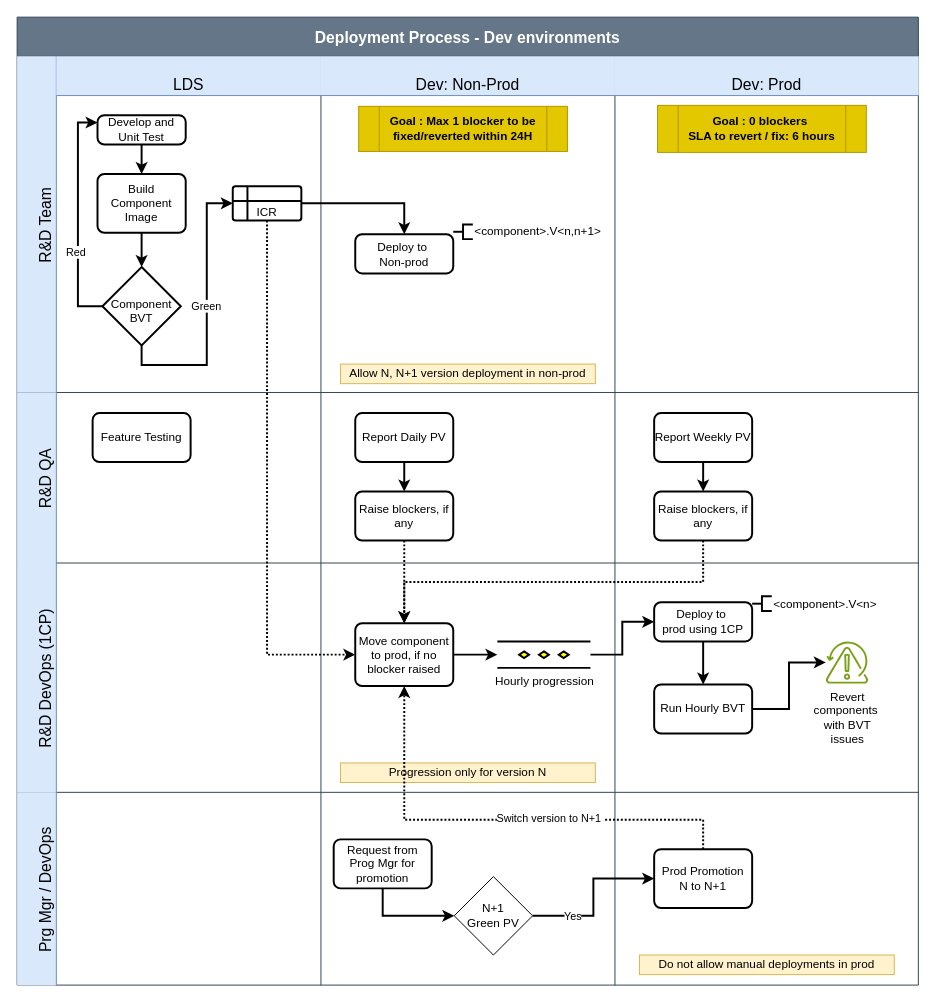
The draw.io diagram ReleaseProcess1.drawio in prasad-gsk-IBM/myibmrepo-prasad, before the edit. Source tidied: cells renumbered, new cells numbered last; positions are measured from the earlier drawing's top-left corner, leaving out a move shared by most shapes. Both pictures are drawn from the tidied source at 98%, with x=0, y=0 at pixel (17, 17).
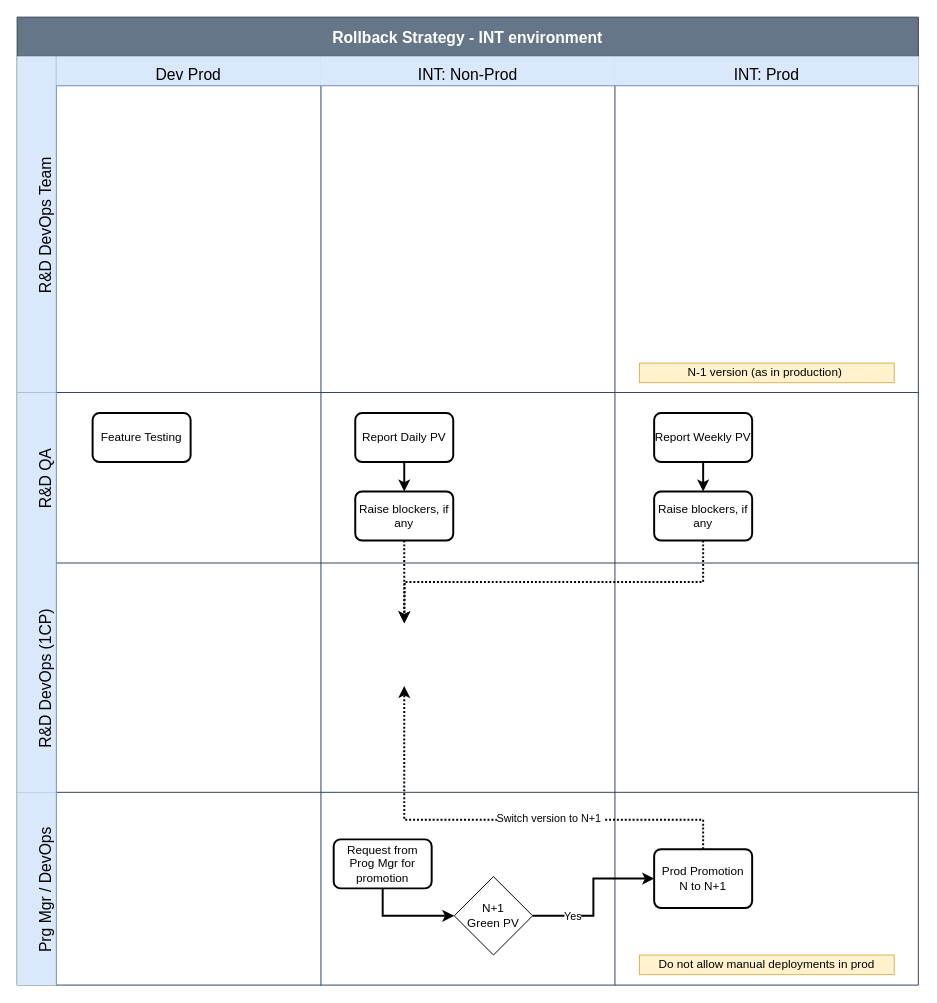
After the change.

Unchanged cells that the change refers to:
```xml
<mxCell id="29" value="Raise blockers, if any" style="rounded=1;whiteSpace=wrap;html=1;absoluteArcSize=1;arcSize=14;strokeWidth=2;" parent="26" vertex="1">
  <mxGeometry x="35" y="101" width="100" height="50" as="geometry" />
</mxCell>
<mxCell id="33" value="Raise blockers, if any" style="rounded=1;whiteSpace=wrap;html=1;absoluteArcSize=1;arcSize=14;strokeWidth=2;" parent="30" vertex="1">
  <mxGeometry x="40" y="101" width="100" height="50" as="geometry" />
</mxCell>
<mxCell id="34" value="R&amp;D DevOps (1CP)" style="shape=tableRow;horizontal=0;swimlaneHead=0;swimlaneBody=0;top=0;left=0;strokeColor=#6c8ebf;bottom=0;right=0;fontStyle=0;fillColor=#dae8fc;startSize=40;fontSize=16;flipV=0;flipH=0;verticalAlign=bottom;" parent="2" vertex="1">
  <mxGeometry y="557" width="919.6" height="234" as="geometry" />
</mxCell>
<mxCell id="36" style="swimlane;swimlaneHead=0;swimlaneBody=0;fontStyle=0;strokeColor=#6c8ebf;fillColor=#dae8fc;startSize=0;fontSize=16;verticalAlign=bottom;" parent="34" vertex="1">
  <mxGeometry x="310" width="300" height="234" as="geometry" />
</mxCell>
<mxCell id="41" style="swimlane;swimlaneHead=0;swimlaneBody=0;fontStyle=0;strokeColor=#6c8ebf;fillColor=#dae8fc;startSize=0;fontSize=16;verticalAlign=bottom;" parent="34" vertex="1">
  <mxGeometry x="610" width="310" height="234" as="geometry" />
</mxCell>
<mxCell id="57" value="Prod Promotion&lt;div&gt;N to N+1&lt;/div&gt;" style="rounded=1;whiteSpace=wrap;html=1;absoluteArcSize=1;arcSize=14;strokeWidth=2;" parent="56" vertex="1">
  <mxGeometry x="40" y="58" width="100" height="60" as="geometry" />
</mxCell>
```

Change to the diagram source:
```diff
@@
-    <mxCell id="2" value="Deployment Process - Dev environments" style="shape=table;childLayout=tableLayout;startSize=40;fontSize=16;fontStyle=1;fillColor=#647687;fontColor=#ffffff;strokeColor=#314354;" parent="1" vertex="1">
+    <mxCell id="2" value="Rollback Strategy - INT environment" style="shape=table;childLayout=tableLayout;startSize=40;fontSize=16;fontStyle=1;fillColor=#647687;fontColor=#ffffff;strokeColor=#314354;" parent="1" vertex="1">
       <mxGeometry width="919.6" height="987.7" as="geometry" />
     </mxCell>
-    <mxCell id="3" value="R&amp;D Team" style="shape=tableRow;horizontal=0;swimlaneHead=0;swimlaneBody=0;top=0;left=0;strokeColor=#6c8ebf;bottom=0;right=0;fontStyle=0;fillColor=#dae8fc;startSize=40;fontSize=16;flipV=0;flipH=0;verticalAlign=bottom;" parent="2" vertex="1">
+    <mxCell id="3" value="R&amp;D DevOps Team" style="shape=tableRow;horizontal=0;swimlaneHead=0;swimlaneBody=0;top=0;left=0;strokeColor=#6c8ebf;bottom=0;right=0;fontStyle=0;fillColor=#dae8fc;startSize=40;fontSize=16;flipV=0;flipH=0;verticalAlign=bottom;" parent="2" vertex="1">
       <mxGeometry y="40" width="919.6" height="343" as="geometry" />
     </mxCell>
-    <mxCell id="4" value="LDS" style="swimlane;swimlaneHead=0;swimlaneBody=0;fontStyle=0;strokeColor=#6c8ebf;fillColor=#dae8fc;startSize=40;fontSize=16;verticalAlign=bottom;" parent="3" vertex="1">
+    <mxCell id="4" value="Dev Prod" style="swimlane;swimlaneHead=0;swimlaneBody=0;fontStyle=0;strokeColor=#6c8ebf;fillColor=#dae8fc;startSize=30;fontSize=16;verticalAlign=bottom;" parent="3" vertex="1">
       <mxGeometry x="40" width="270" height="343" as="geometry" />
     </mxCell>
-    <mxCell id="5" style="edgeStyle=orthogonalEdgeStyle;rounded=0;jettySize=auto;html=1;exitX=0.5;exitY=1;exitDx=0;exitDy=0;entryX=0.5;entryY=0;entryDx=0;entryDy=0;strokeWidth=2;" parent="4" edge="1" source="6" target="10">
-      <mxGeometry relative="1" as="geometry" />
-    </mxCell>
-    <mxCell id="6" value="Develop and Unit Test" style="rounded=1;whiteSpace=wrap;html=1;absoluteArcSize=1;arcSize=14;strokeWidth=2;" parent="4" vertex="1">
-      <mxGeometry x="42" y="60" width="90" height="30" as="geometry" />
-    </mxCell>
-    <mxCell id="7" style="edgeStyle=orthogonalEdgeStyle;rounded=0;jettySize=auto;html=1;exitX=0.5;exitY=1;exitDx=0;exitDy=0;entryX=0;entryY=0.5;entryDx=0;entryDy=0;strokeWidth=2;" parent="4" edge="1" source="14" target="11">
-      <mxGeometry relative="1" as="geometry" />
-    </mxCell>
-    <mxCell id="8" value="Green" style="edgeLabel;html=1;align=center;verticalAlign=middle;" parent="7" vertex="1">
-      <mxGeometry x="0.06" y="1" relative="1" as="geometry" />
-    </mxCell>
-    <mxCell id="9" style="edgeStyle=orthogonalEdgeStyle;rounded=0;jettySize=auto;html=1;exitX=0.5;exitY=1;exitDx=0;exitDy=0;entryX=0.5;entryY=0;entryDx=0;entryDy=0;strokeWidth=2;" parent="4" edge="1" source="10" target="14">
-      <mxGeometry relative="1" as="geometry" />
-    </mxCell>
-    <mxCell id="10" value="Build Component Image" style="rounded=1;whiteSpace=wrap;html=1;absoluteArcSize=1;arcSize=14;strokeWidth=2;" parent="4" vertex="1">
-      <mxGeometry x="42" y="120" width="90" height="60" as="geometry" />
-    </mxCell>
-    <mxCell id="11" value="ICR" style="shape=internalStorage;whiteSpace=wrap;html=1;dx=15;dy=15;rounded=1;arcSize=8;strokeWidth=2;verticalAlign=bottom;" parent="4" vertex="1">
-      <mxGeometry x="180" y="132.5" width="70" height="35" as="geometry" />
-    </mxCell>
-    <mxCell id="12" style="edgeStyle=orthogonalEdgeStyle;rounded=0;jettySize=auto;html=1;exitX=0;exitY=0.5;exitDx=0;exitDy=0;entryX=0;entryY=0.25;entryDx=0;entryDy=0;strokeWidth=2;" parent="4" edge="1" source="14" target="6">
-      <mxGeometry relative="1" as="geometry" />
-    </mxCell>
-    <mxCell id="13" value="Red" style="edgeLabel;html=1;align=center;verticalAlign=middle;" parent="12" vertex="1">
-      <mxGeometry x="-0.3" y="3" relative="1" as="geometry" />
-    </mxCell>
-    <mxCell id="14" value="Component BVT" style="rhombus;whiteSpace=wrap;html=1;strokeWidth=2;spacingBottom=0;spacingTop=10;" parent="4" vertex="1">
-      <mxGeometry x="47" y="215" width="80" height="80" as="geometry" />
-    </mxCell>
-    <mxCell id="15" value="Dev: Non-Prod" style="swimlane;swimlaneHead=0;swimlaneBody=0;fontStyle=0;strokeColor=#6c8ebf;fillColor=#dae8fc;startSize=40;fontSize=16;verticalAlign=bottom;" parent="3" vertex="1">
+    <mxCell id="15" value="INT: Non-Prod" style="swimlane;swimlaneHead=0;swimlaneBody=0;fontStyle=0;strokeColor=#6c8ebf;fillColor=#dae8fc;startSize=30;fontSize=16;verticalAlign=bottom;" parent="3" vertex="1">
       <mxGeometry x="310" width="300" height="343" as="geometry" />
     </mxCell>
-    <mxCell id="16" value="Deploy to&amp;nbsp;&lt;div&gt;Non-prod&lt;/div&gt;" style="rounded=1;whiteSpace=wrap;html=1;absoluteArcSize=1;arcSize=14;strokeWidth=2;" parent="15" vertex="1">
-      <mxGeometry x="35" y="181.5" width="100" height="40" as="geometry" />
-    </mxCell>
-    <mxCell id="17" value="&amp;lt;component&amp;gt;.V&amp;lt;n,n+1&amp;gt;" style="strokeWidth=2;html=1;shape=mxgraph.flowchart.annotation_2;align=left;labelPosition=right;" parent="15" vertex="1">
-      <mxGeometry x="135" y="171.5" width="20" height="15" as="geometry" />
-    </mxCell>
-    <mxCell id="18" value="Allow N, N+1 version deployment in non-prod" style="html=1;whiteSpace=wrap;fillColor=#fff2cc;strokeColor=#d6b656;" parent="15" vertex="1">
-      <mxGeometry x="20" y="314" width="260" height="20" as="geometry" />
-    </mxCell>
-    <mxCell id="19" value="Goal : Max 1 blocker to be fixed/reverted within&amp;nbsp;&lt;span style=&quot;background-color: transparent; color: light-dark(rgb(0, 0, 0), rgb(237, 237, 237));&quot;&gt;24H&lt;/span&gt;" style="shape=process;whiteSpace=wrap;html=1;backgroundOutline=1;fillColor=#e3c800;strokeColor=#B09500;fontColor=#000000;fontStyle=1;" parent="15" vertex="1">
-      <mxGeometry x="38.5" y="51" width="213" height="46" as="geometry" />
-    </mxCell>
-    <mxCell id="20" value="Dev: Prod" style="swimlane;swimlaneHead=0;swimlaneBody=0;fontStyle=0;strokeColor=#6c8ebf;fillColor=#dae8fc;startSize=40;fontSize=16;verticalAlign=bottom;" parent="3" vertex="1">
+    <mxCell id="20" value="INT: Prod" style="swimlane;swimlaneHead=0;swimlaneBody=0;fontStyle=0;strokeColor=#6c8ebf;fillColor=#dae8fc;startSize=30;fontSize=16;verticalAlign=bottom;" parent="3" vertex="1">
       <mxGeometry x="610" width="310" height="343" as="geometry" />
     </mxCell>
-    <mxCell id="21" value="Goal : 0 blockers&amp;nbsp;&lt;div&gt;SLA to revert / fix: 6 hours&lt;/div&gt;" style="shape=process;whiteSpace=wrap;html=1;backgroundOutline=1;fillColor=#e3c800;strokeColor=#B09500;fontColor=#000000;fontStyle=1;" parent="20" vertex="1">
-      <mxGeometry x="43.5" y="50" width="213" height="48" as="geometry" />
-    </mxCell>
-    <mxCell id="22" style="edgeStyle=orthogonalEdgeStyle;rounded=0;jettySize=auto;html=1;exitX=1;exitY=0.5;exitDx=0;exitDy=0;entryX=0.5;entryY=0;entryDx=0;entryDy=0;strokeWidth=2;" parent="3" edge="1" source="11" target="16">
-      <mxGeometry relative="1" as="geometry" />
-    </mxCell>
+    <mxCell id="66" value="N-1 version (as in production)&amp;nbsp;" style="html=1;whiteSpace=wrap;fillColor=#fff2cc;strokeColor=#d6b656;" parent="20" vertex="1">
+      <mxGeometry x="25" y="313" width="260" height="20" as="geometry" />
+    </mxCell>
@@
-    <mxCell id="37" value="Move component to prod, if no blocker raised" style="rounded=1;whiteSpace=wrap;html=1;absoluteArcSize=1;arcSize=14;strokeWidth=2;" parent="36" vertex="1">
-      <mxGeometry x="35" y="61.5" width="100" height="64" as="geometry" />
-    </mxCell>
-    <mxCell id="38" style="edgeStyle=orthogonalEdgeStyle;rounded=0;jettySize=auto;html=1;exitX=1;exitY=0.5;exitDx=0;exitDy=0;entryX=0;entryY=0.5;entryDx=0;entryDy=0;strokeWidth=2;" parent="36" edge="1" source="37" target="39">
-      <mxGeometry relative="1" as="geometry" />
-    </mxCell>
-    <mxCell id="39" value="Hourly progression" style="verticalLabelPosition=bottom;verticalAlign=top;html=1;shape=mxgraph.flowchart.parallel_mode;strokeWidth=2;" parent="36" vertex="1">
-      <mxGeometry x="180" y="80" width="95" height="27" as="geometry" />
-    </mxCell>
-    <mxCell id="40" value="Progression only for version N" style="html=1;whiteSpace=wrap;fillColor=#fff2cc;strokeColor=#d6b656;" parent="36" vertex="1">
-      <mxGeometry x="20" y="204" width="260" height="20" as="geometry" />
-    </mxCell>
@@
-    <mxCell id="42" style="edgeStyle=none;rounded=0;jettySize=auto;html=1;exitX=0.5;exitY=1;exitDx=0;exitDy=0;entryX=0.5;entryY=0;entryDx=0;entryDy=0;strokeWidth=2;" parent="41" edge="1" source="43" target="45">
-      <mxGeometry relative="1" as="geometry" />
-    </mxCell>
-    <mxCell id="43" value="Deploy to&amp;nbsp;&lt;div&gt;prod using 1CP&lt;/div&gt;" style="rounded=1;whiteSpace=wrap;html=1;absoluteArcSize=1;arcSize=14;strokeWidth=2;" parent="41" vertex="1">
-      <mxGeometry x="40" y="40" width="100" height="40" as="geometry" />
-    </mxCell>
-    <mxCell id="44" value="&amp;lt;component&amp;gt;.V&amp;lt;n&amp;gt;" style="strokeWidth=2;html=1;shape=mxgraph.flowchart.annotation_2;align=left;labelPosition=right;" parent="41" vertex="1">
-      <mxGeometry x="140" y="34" width="20" height="15" as="geometry" />
-    </mxCell>
-    <mxCell id="45" value="Run Hourly BVT" style="rounded=1;whiteSpace=wrap;html=1;absoluteArcSize=1;arcSize=14;strokeWidth=2;" parent="41" vertex="1">
-      <mxGeometry x="40" y="124" width="100" height="50" as="geometry" />
-    </mxCell>
-    <mxCell id="46" style="edgeStyle=none;rounded=0;orthogonalLoop=1;jettySize=auto;html=1;exitX=1;exitY=0.5;exitDx=0;exitDy=0;exitPerimeter=0;" parent="41" edge="1" source="44" target="44">
-      <mxGeometry relative="1" as="geometry" />
-    </mxCell>
-    <mxCell id="47" style="edgeStyle=orthogonalEdgeStyle;rounded=0;jettySize=auto;html=1;entryX=1;entryY=0.5;entryDx=0;entryDy=0;strokeWidth=2;startArrow=classic;startFill=1;endArrow=none;" parent="41" edge="1" source="48" target="45">
-      <mxGeometry relative="1" as="geometry" />
-    </mxCell>
-    <mxCell id="48" value="&lt;span style=&quot;color: rgb(0, 0, 0); text-wrap-mode: wrap;&quot;&gt;Revert components&amp;nbsp;&lt;/span&gt;&lt;div&gt;&lt;span style=&quot;color: rgb(0, 0, 0); text-wrap-mode: wrap;&quot;&gt;with BVT issues&lt;/span&gt;&lt;/div&gt;" style="sketch=0;outlineConnect=0;fontColor=#232F3E;gradientColor=none;fillColor=#7AA116;strokeColor=none;dashed=0;verticalLabelPosition=bottom;verticalAlign=top;align=center;html=1;fontSize=12;fontStyle=0;shape=mxgraph.aws4.backup_recovery_point_objective;" parent="41" vertex="1">
-      <mxGeometry x="215" y="80" width="43.6" height="43" as="geometry" />
-    </mxCell>
-    <mxCell id="49" style="edgeStyle=orthogonalEdgeStyle;rounded=0;jettySize=auto;html=1;exitX=1;exitY=0.5;exitDx=0;exitDy=0;entryX=0;entryY=0.5;entryDx=0;entryDy=0;strokeWidth=2;" parent="34" edge="1" source="39" target="43">
-      <mxGeometry relative="1" as="geometry" />
-    </mxCell>
@@
-    <mxCell id="61" style="edgeStyle=orthogonalEdgeStyle;rounded=0;jettySize=auto;html=1;exitX=0.5;exitY=1;exitDx=0;exitDy=0;entryX=0;entryY=0.5;entryDx=0;entryDy=0;strokeWidth=2;dashed=1;dashPattern=1 1;" parent="2" edge="1" source="11" target="37">
-      <mxGeometry relative="1" as="geometry" />
-    </mxCell>
-    <mxCell id="62" style="edgeStyle=orthogonalEdgeStyle;rounded=0;jettySize=auto;html=1;exitX=0.5;exitY=1;exitDx=0;exitDy=0;entryX=0.5;entryY=0;entryDx=0;entryDy=0;strokeWidth=2;dashed=1;dashPattern=1 1;" parent="2" edge="1" source="29" target="37">
-      <mxGeometry relative="1" as="geometry" />
+    <mxCell id="62" style="edgeStyle=orthogonalEdgeStyle;rounded=0;jettySize=auto;html=1;exitX=0.5;exitY=1;exitDx=0;exitDy=0;entryX=0.5;entryY=0;entryDx=0;entryDy=0;strokeWidth=2;dashed=1;dashPattern=1 1;" parent="2" edge="1" source="29">
+      <mxGeometry relative="1" as="geometry">
+        <mxPoint x="395" y="618.5" as="targetPoint" />
+      </mxGeometry>
     </mxCell>
-    <mxCell id="63" style="edgeStyle=orthogonalEdgeStyle;rounded=0;jettySize=auto;html=1;strokeWidth=2;dashed=1;dashPattern=1 1;exitX=0.5;exitY=1;exitDx=0;exitDy=0;entryX=0.5;entryY=0;entryDx=0;entryDy=0;" parent="2" edge="1" source="33" target="37">
-      <mxGeometry relative="1" as="geometry" />
+    <mxCell id="63" style="edgeStyle=orthogonalEdgeStyle;rounded=0;jettySize=auto;html=1;strokeWidth=2;dashed=1;dashPattern=1 1;exitX=0.5;exitY=1;exitDx=0;exitDy=0;entryX=0.5;entryY=0;entryDx=0;entryDy=0;" parent="2" edge="1" source="33">
+      <mxGeometry relative="1" as="geometry">
+        <mxPoint x="395" y="618.5" as="targetPoint" />
+      </mxGeometry>
     </mxCell>
-    <mxCell id="64" style="edgeStyle=orthogonalEdgeStyle;rounded=0;jettySize=auto;html=1;exitX=0.5;exitY=0;exitDx=0;exitDy=0;entryX=0.5;entryY=1;entryDx=0;entryDy=0;strokeWidth=2;dashed=1;dashPattern=1 1;" parent="2" edge="1" source="57" target="37">
+    <mxCell id="64" style="edgeStyle=orthogonalEdgeStyle;rounded=0;jettySize=auto;html=1;exitX=0.5;exitY=0;exitDx=0;exitDy=0;entryX=0.5;entryY=1;entryDx=0;entryDy=0;strokeWidth=2;dashed=1;dashPattern=1 1;" parent="2" edge="1" source="57">
       <mxGeometry relative="1" as="geometry">
+        <mxPoint x="395" y="682.5" as="targetPoint" />
         <Array as="points">
           <mxPoint x="700" y="819" />
           <mxPoint x="395" y="819" />
         </Array>
       </mxGeometry>
     </mxCell>
```
